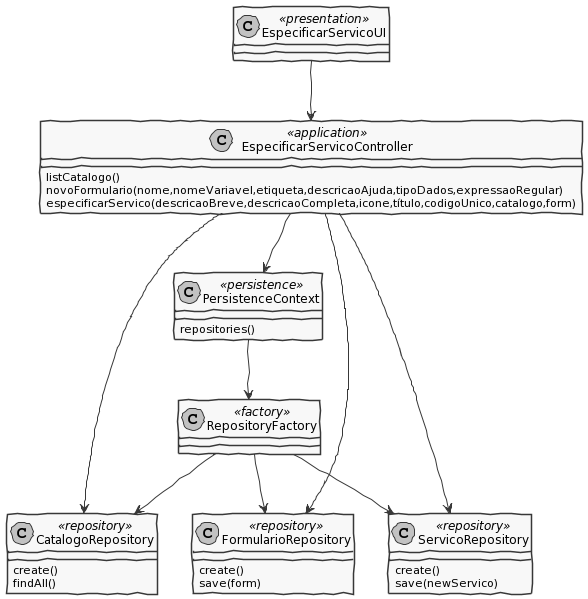
Earlier version of the PlantUML export docs/US2002/EspecificarServicoCD.png (pedrolemos4/LAPR4). Its diagram source:
```plantuml
@startuml
skinparam handwritten true
skinparam monochrome true
skinparam packageStyle rect
skinparam defaultFontName FG Virgil
skinparam shadowing false

class EspecificarServicoUI <<presentation>>
class EspecificarServicoController <<application>>
class PersistenceContext <<persistence>>
class RepositoryFactory <<factory>>
class CatalogoRepository <<repository>>
class FormularioRepository <<repository>>
class ServicoRepository <<repository>>


EspecificarServicoUI --> EspecificarServicoController
EspecificarServicoController : listCatalogo()
EspecificarServicoController : novoFormulario(nome,nomeVariavel,etiqueta,descricaoAjuda,tipoDados,expressaoRegular)

EspecificarServicoController : especificarServico(descricaoBreve,descricaoCompleta,icone,título,codigoUnico,catalogo,form)

EspecificarServicoController --> CatalogoRepository
EspecificarServicoController --> ServicoRepository
EspecificarServicoController --> PersistenceContext
EspecificarServicoController --> FormularioRepository

PersistenceContext --> RepositoryFactory

RepositoryFactory --> FormularioRepository
RepositoryFactory --> CatalogoRepository
RepositoryFactory --> ServicoRepository

PersistenceContext : repositories()

FormularioRepository : create()
FormularioRepository : save(form)

ServicoRepository : create()
ServicoRepository : save(newServico)

CatalogoRepository : create()
CatalogoRepository : findAll()
@enduml
```
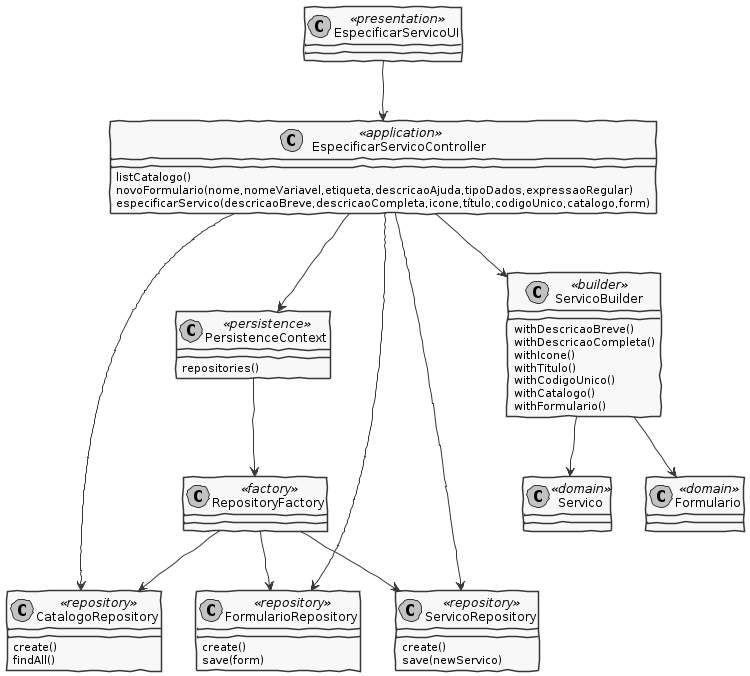
Above is the later version.

Diff of the diagram source:
```diff
@@ -12,6 +12,10 @@
 class CatalogoRepository <<repository>>
 class FormularioRepository <<repository>>
 class ServicoRepository <<repository>>
+class Servico <<domain>>
+class Formulario <<domain>>
+class ServicoBuilder <<builder>>
+
 
 
 EspecificarServicoUI --> EspecificarServicoController
@@ -24,6 +28,10 @@
 EspecificarServicoController --> ServicoRepository
 EspecificarServicoController --> PersistenceContext
 EspecificarServicoController --> FormularioRepository
+EspecificarServicoController --> ServicoBuilder
+
+ServicoBuilder --> Formulario
+ServicoBuilder --> Servico
 
 PersistenceContext --> RepositoryFactory
 
@@ -41,4 +49,12 @@
 
 CatalogoRepository : create()
 CatalogoRepository : findAll()
+
+ServicoBuilder : withDescricaoBreve()
+ServicoBuilder : withDescricaoCompleta()
+ServicoBuilder : withIcone()
+ServicoBuilder : withTitulo()
+ServicoBuilder : withCodigoUnico()
+ServicoBuilder : withCatalogo()
+ServicoBuilder : withFormulario()
 @enduml
```
